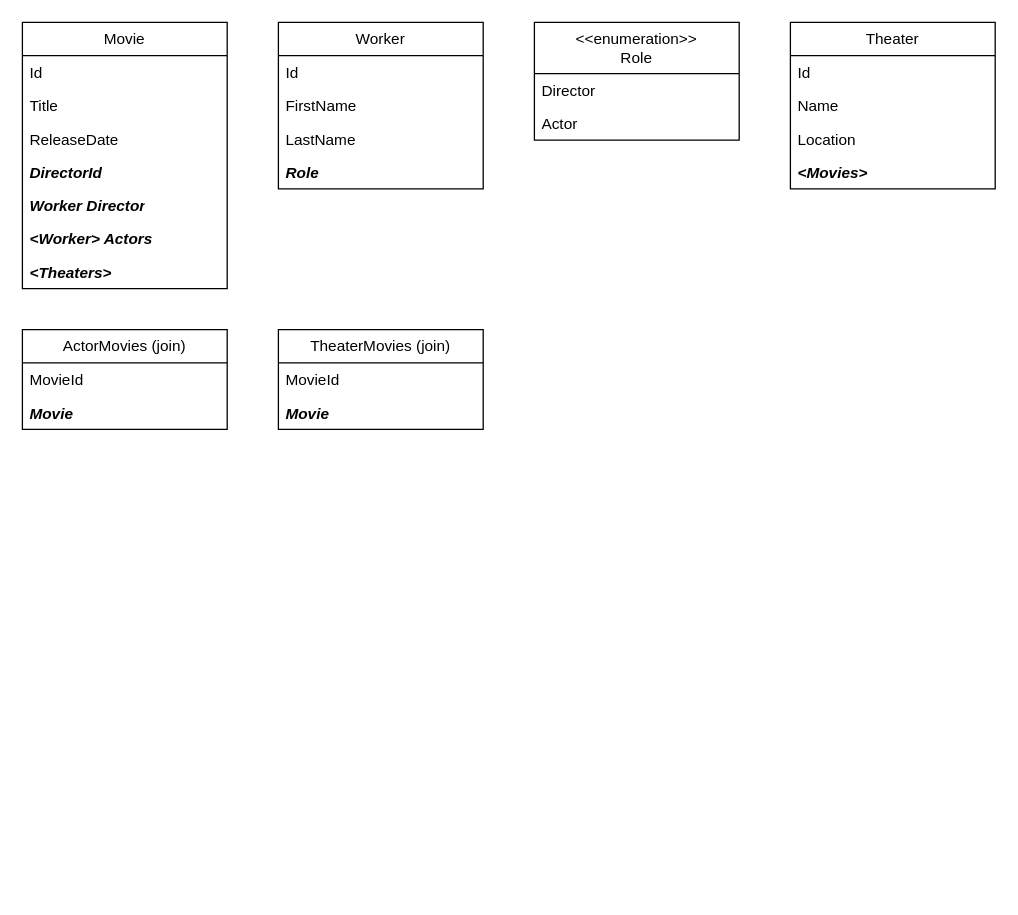
Earlier version of the draw.io diagram MovieDatabase.drawio (Aminesmaeili79/Movie-Database). Source tidied: cells renumbered, new cells numbered last; positions are measured from the earlier drawing's top-left corner, leaving out a move shared by most shapes. Both pictures are drawn from the tidied source at 128%, with x=0, y=0 at pixel (22, 22).
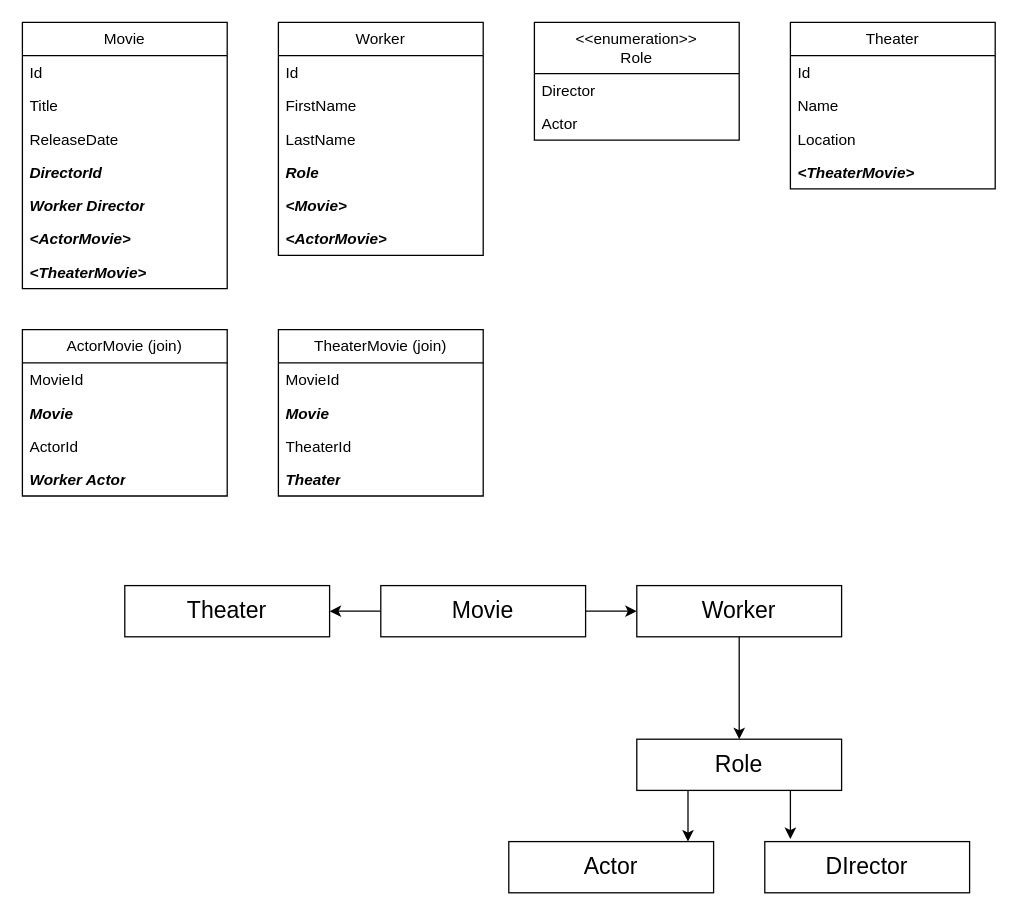
The same page after the edit.

Unchanged cells that the change refers to:
```xml
<mxCell id="2" value="Movie" style="swimlane;fontStyle=0;horizontal=1;startSize=26;fillColor=none;whiteSpace=wrap;html=1;strokeWidth=1;shadow=0;rounded=0;" parent="1" vertex="1">
  <mxGeometry width="160" height="208" as="geometry" />
</mxCell>
<mxCell id="18" value="Theater" style="swimlane;fontStyle=0;horizontal=1;startSize=26;fillColor=none;whiteSpace=wrap;html=1;strokeWidth=1;shadow=0;rounded=0;" parent="1" vertex="1">
  <mxGeometry x="600" width="160" height="130" as="geometry" />
</mxCell>
```

The edit, as a diff of the source:
```diff
@@
-    <mxCell id="8" value="&lt;b&gt;&lt;i&gt;&amp;lt;Worker&amp;gt; Actors&lt;/i&gt;&lt;/b&gt;" style="text;strokeColor=none;fillColor=none;align=left;verticalAlign=top;spacingLeft=4;spacingRight=4;overflow=hidden;whiteSpace=wrap;html=1;" parent="2" vertex="1">
+    <mxCell id="8" value="&lt;b&gt;&lt;i&gt;&amp;lt;ActorMovie&amp;gt;&lt;/i&gt;&lt;/b&gt;" style="text;strokeColor=none;fillColor=none;align=left;verticalAlign=top;spacingLeft=4;spacingRight=4;overflow=hidden;whiteSpace=wrap;html=1;" parent="2" vertex="1">
       <mxGeometry y="156" width="160" height="26" as="geometry" />
     </mxCell>
-    <mxCell id="9" value="&lt;b&gt;&lt;i&gt;&amp;lt;Theaters&amp;gt;&lt;/i&gt;&lt;/b&gt;" style="text;strokeColor=none;fillColor=none;align=left;verticalAlign=top;spacingLeft=4;spacingRight=4;overflow=hidden;whiteSpace=wrap;html=1;" parent="2" vertex="1">
+    <mxCell id="9" value="&lt;b&gt;&lt;i&gt;&amp;lt;TheaterMovie&amp;gt;&lt;/i&gt;&lt;/b&gt;" style="text;strokeColor=none;fillColor=none;align=left;verticalAlign=top;spacingLeft=4;spacingRight=4;overflow=hidden;whiteSpace=wrap;html=1;" parent="2" vertex="1">
       <mxGeometry y="182" width="160" height="26" as="geometry" />
     </mxCell>
     <mxCell id="10" value="Worker" style="swimlane;fontStyle=0;horizontal=1;startSize=26;fillColor=none;whiteSpace=wrap;html=1;strokeWidth=1;shadow=0;rounded=0;" parent="1" vertex="1">
-      <mxGeometry x="200" width="160" height="130" as="geometry" />
+      <mxGeometry x="200" width="160" height="182" as="geometry" />
     </mxCell>
@@
+    <mxCell id="29" value="&lt;span&gt;&lt;i&gt;&amp;lt;Movie&amp;gt;&lt;/i&gt;&lt;/span&gt;" style="text;strokeColor=none;fillColor=none;align=left;verticalAlign=top;spacingLeft=4;spacingRight=4;overflow=hidden;whiteSpace=wrap;html=1;fontStyle=1;" parent="10" vertex="1">
+      <mxGeometry y="130" width="160" height="26" as="geometry" />
+    </mxCell>
+    <mxCell id="30" value="&lt;b style=&quot;&quot;&gt;&lt;i&gt;&amp;lt;ActorMovie&amp;gt;&lt;/i&gt;&lt;/b&gt;" style="text;strokeColor=none;fillColor=none;align=left;verticalAlign=top;spacingLeft=4;spacingRight=4;overflow=hidden;whiteSpace=wrap;html=1;" parent="10" vertex="1">
+      <mxGeometry y="156" width="160" height="26" as="geometry" />
+    </mxCell>
@@
-    <mxCell id="22" value="&lt;b&gt;&lt;i&gt;&amp;lt;Movies&amp;gt;&lt;/i&gt;&lt;/b&gt;" style="text;strokeColor=none;fillColor=none;align=left;verticalAlign=top;spacingLeft=4;spacingRight=4;overflow=hidden;whiteSpace=wrap;html=1;" parent="18" vertex="1">
-      <mxGeometry y="104" width="160" height="26" as="geometry" />
-    </mxCell>
+    <mxCell id="31" value="&lt;b&gt;&lt;i&gt;&amp;lt;TheaterMovie&amp;gt;&lt;/i&gt;&lt;/b&gt;" style="text;strokeColor=none;fillColor=none;align=left;verticalAlign=top;spacingLeft=4;spacingRight=4;overflow=hidden;whiteSpace=wrap;html=1;" parent="18" vertex="1">
+      <mxGeometry y="104" width="160" height="26" as="geometry" />
+    </mxCell>
-    <mxCell id="23" value="ActorMovies (join)" style="swimlane;fontStyle=0;horizontal=1;startSize=26;fillColor=none;whiteSpace=wrap;html=1;strokeWidth=1;shadow=0;rounded=0;" parent="1" vertex="1">
-      <mxGeometry y="240" width="160" height="78" as="geometry" />
+    <mxCell id="23" value="ActorMovie (join)" style="swimlane;fontStyle=0;horizontal=1;startSize=26;fillColor=none;whiteSpace=wrap;html=1;strokeWidth=1;shadow=0;rounded=0;" parent="1" vertex="1">
+      <mxGeometry y="240" width="160" height="130" as="geometry" />
     </mxCell>
@@
+    <mxCell id="32" value="&lt;span&gt;&lt;i&gt;Movie&lt;/i&gt;&lt;/span&gt;" style="text;strokeColor=none;fillColor=none;align=left;verticalAlign=top;spacingLeft=4;spacingRight=4;overflow=hidden;whiteSpace=wrap;html=1;fontStyle=1;" parent="23" vertex="1">
+      <mxGeometry y="52" width="160" height="26" as="geometry" />
+    </mxCell>
+    <mxCell id="33" value="ActorId" style="text;strokeColor=none;fillColor=none;align=left;verticalAlign=top;spacingLeft=4;spacingRight=4;overflow=hidden;whiteSpace=wrap;html=1;" parent="23" vertex="1">
+      <mxGeometry y="78" width="160" height="26" as="geometry" />
+    </mxCell>
-    <mxCell id="25" value="&lt;b&gt;&lt;i&gt;Movie&lt;/i&gt;&lt;/b&gt;" style="text;strokeColor=none;fillColor=none;align=left;verticalAlign=top;spacingLeft=4;spacingRight=4;overflow=hidden;whiteSpace=wrap;html=1;" parent="23" vertex="1">
-      <mxGeometry y="52" width="160" height="26" as="geometry" />
+    <mxCell id="25" value="&lt;b&gt;&lt;i&gt;Worker Actor&lt;/i&gt;&lt;/b&gt;" style="text;strokeColor=none;fillColor=none;align=left;verticalAlign=top;spacingLeft=4;spacingRight=4;overflow=hidden;whiteSpace=wrap;html=1;" parent="23" vertex="1">
+      <mxGeometry y="104" width="160" height="26" as="geometry" />
     </mxCell>
-    <mxCell id="26" value="TheaterMovies (join)" style="swimlane;fontStyle=0;horizontal=1;startSize=26;fillColor=none;whiteSpace=wrap;html=1;strokeWidth=1;shadow=0;rounded=0;" parent="1" vertex="1">
-      <mxGeometry x="200" y="240" width="160" height="78" as="geometry" />
+    <mxCell id="26" value="TheaterMovie (join)" style="swimlane;fontStyle=0;horizontal=1;startSize=26;fillColor=none;whiteSpace=wrap;html=1;strokeWidth=1;shadow=0;rounded=0;" parent="1" vertex="1">
+      <mxGeometry x="200" y="240" width="160" height="130" as="geometry" />
     </mxCell>
@@
+    <mxCell id="34" value="&lt;span style=&quot;font-weight: normal; font-style: normal;&quot;&gt;TheaterId&lt;/span&gt;" style="text;strokeColor=none;fillColor=none;align=left;verticalAlign=top;spacingLeft=4;spacingRight=4;overflow=hidden;whiteSpace=wrap;html=1;fontStyle=3;" parent="26" vertex="1">
+      <mxGeometry y="78" width="160" height="26" as="geometry" />
+    </mxCell>
+    <mxCell id="35" value="Theater" style="text;strokeColor=none;fillColor=none;align=left;verticalAlign=top;spacingLeft=4;spacingRight=4;overflow=hidden;whiteSpace=wrap;html=1;fontStyle=3;" parent="26" vertex="1">
+      <mxGeometry y="104" width="160" height="26" as="geometry" />
+    </mxCell>
+    <mxCell id="36" style="edgeStyle=orthogonalEdgeStyle;rounded=0;jettySize=auto;html=1;" parent="1" edge="1" source="38" target="40">
+      <mxGeometry relative="1" as="geometry" />
+    </mxCell>
+    <mxCell id="37" style="edgeStyle=orthogonalEdgeStyle;rounded=0;jettySize=auto;html=1;exitX=0;exitY=0.5;exitDx=0;exitDy=0;" parent="1" edge="1" source="38">
+      <mxGeometry relative="1" as="geometry">
+        <mxPoint x="240" y="460" as="targetPoint" />
+      </mxGeometry>
+    </mxCell>
+    <mxCell id="38" value="&lt;font style=&quot;font-size: 18px;&quot;&gt;Movie&lt;/font&gt;" style="rounded=0;whiteSpace=wrap;html=1;" parent="1" vertex="1">
+      <mxGeometry x="280" y="440" width="160" height="40" as="geometry" />
+    </mxCell>
+    <mxCell id="39" style="edgeStyle=orthogonalEdgeStyle;rounded=0;jettySize=auto;html=1;" parent="1" edge="1" source="40" target="42">
+      <mxGeometry relative="1" as="geometry" />
+    </mxCell>
+    <mxCell id="40" value="&lt;font style=&quot;font-size: 18px;&quot;&gt;Worker&lt;/font&gt;" style="rounded=0;whiteSpace=wrap;html=1;" parent="1" vertex="1">
+      <mxGeometry x="480" y="440" width="160" height="40" as="geometry" />
+    </mxCell>
+    <mxCell id="41" style="edgeStyle=orthogonalEdgeStyle;rounded=0;jettySize=auto;html=1;exitX=0.25;exitY=1;exitDx=0;exitDy=0;" parent="1" edge="1" source="42">
+      <mxGeometry relative="1" as="geometry">
+        <mxPoint x="520" y="640" as="targetPoint" />
+      </mxGeometry>
+    </mxCell>
+    <mxCell id="42" value="&lt;font style=&quot;font-size: 18px;&quot;&gt;Role&lt;/font&gt;" style="rounded=0;whiteSpace=wrap;html=1;" parent="1" vertex="1">
+      <mxGeometry x="480" y="560" width="160" height="40" as="geometry" />
+    </mxCell>
+    <mxCell id="43" value="&lt;font style=&quot;font-size: 18px;&quot;&gt;Actor&lt;/font&gt;" style="rounded=0;whiteSpace=wrap;html=1;" parent="1" vertex="1">
+      <mxGeometry x="380" y="640" width="160" height="40" as="geometry" />
+    </mxCell>
+    <mxCell id="44" value="&lt;font style=&quot;font-size: 18px;&quot;&gt;DIrector&lt;/font&gt;" style="rounded=0;whiteSpace=wrap;html=1;" parent="1" vertex="1">
+      <mxGeometry x="580" y="640" width="160" height="40" as="geometry" />
+    </mxCell>
+    <mxCell id="45" style="edgeStyle=orthogonalEdgeStyle;rounded=0;jettySize=auto;html=1;exitX=0.75;exitY=1;exitDx=0;exitDy=0;entryX=0.125;entryY=-0.05;entryDx=0;entryDy=0;entryPerimeter=0;" parent="1" edge="1" source="42" target="44">
+      <mxGeometry relative="1" as="geometry" />
+    </mxCell>
+    <mxCell id="46" value="&lt;font style=&quot;font-size: 18px;&quot;&gt;Theater&lt;/font&gt;" style="rounded=0;whiteSpace=wrap;html=1;" parent="1" vertex="1">
+      <mxGeometry x="80" y="440" width="160" height="40" as="geometry" />
+    </mxCell>
```
